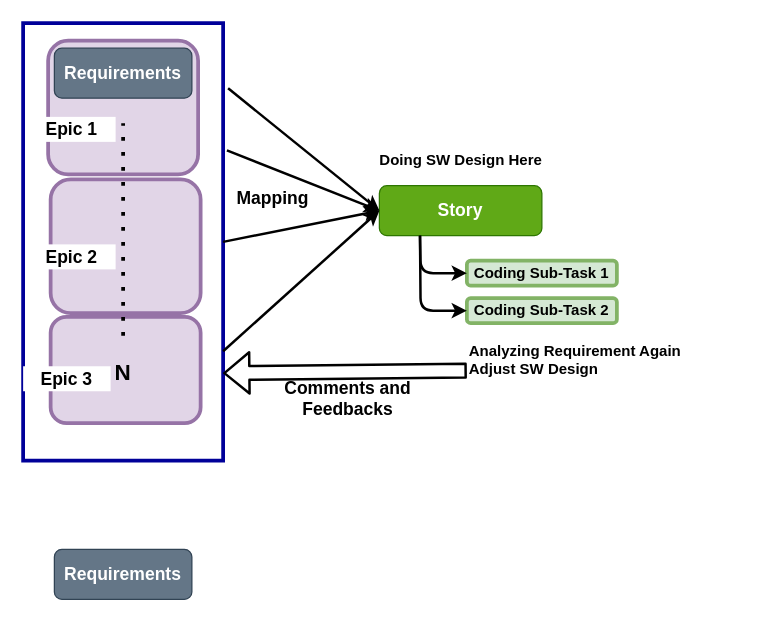
jiajiuan/linux_apps keeps this draw.io diagram as page "Page-2" (2 of 3) of ASPICE.drawio. Above is the earlier version. Source tidied: cells renumbered, new cells numbered last; positions are measured from the earlier drawing's top-left corner, leaving out a move shared by most shapes. Both pictures are drawn from the tidied source at 125%, with x=0, y=0 at pixel (22, 22).
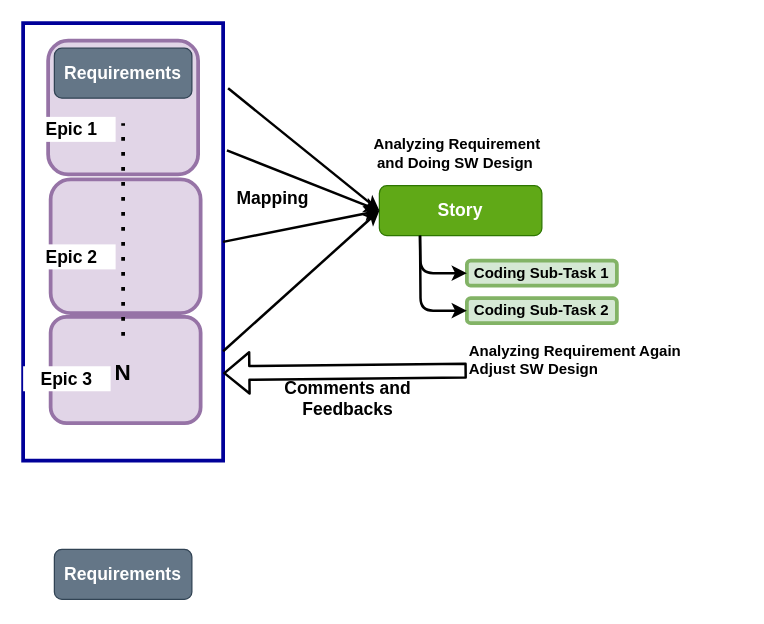
The same page after the edit.

Diff of the diagram source:
```diff
@@
-    <mxCell id="15" value="&lt;b&gt;&lt;font style=&quot;font-size: 12px&quot;&gt;Doing SW Design Here&lt;/font&gt;&lt;/b&gt;" style="text;html=1;strokeColor=none;fillColor=none;align=center;verticalAlign=middle;whiteSpace=wrap;rounded=0;fontSize=10;" parent="1" vertex="1">
-      <mxGeometry x="282.5" y="100" width="135" height="20" as="geometry" />
+    <mxCell id="15" value="&lt;div&gt;&lt;b&gt;&lt;font style=&quot;font-size: 12px&quot;&gt;Analyzing Requirement and Doing SW Design&amp;nbsp;&lt;/font&gt;&lt;/b&gt;&lt;/div&gt;" style="text;html=1;strokeColor=none;fillColor=none;align=center;verticalAlign=middle;whiteSpace=wrap;rounded=0;fontSize=10;" parent="1" vertex="1">
+      <mxGeometry x="278.5" y="79" width="136.5" height="49" as="geometry" />
     </mxCell>
```
